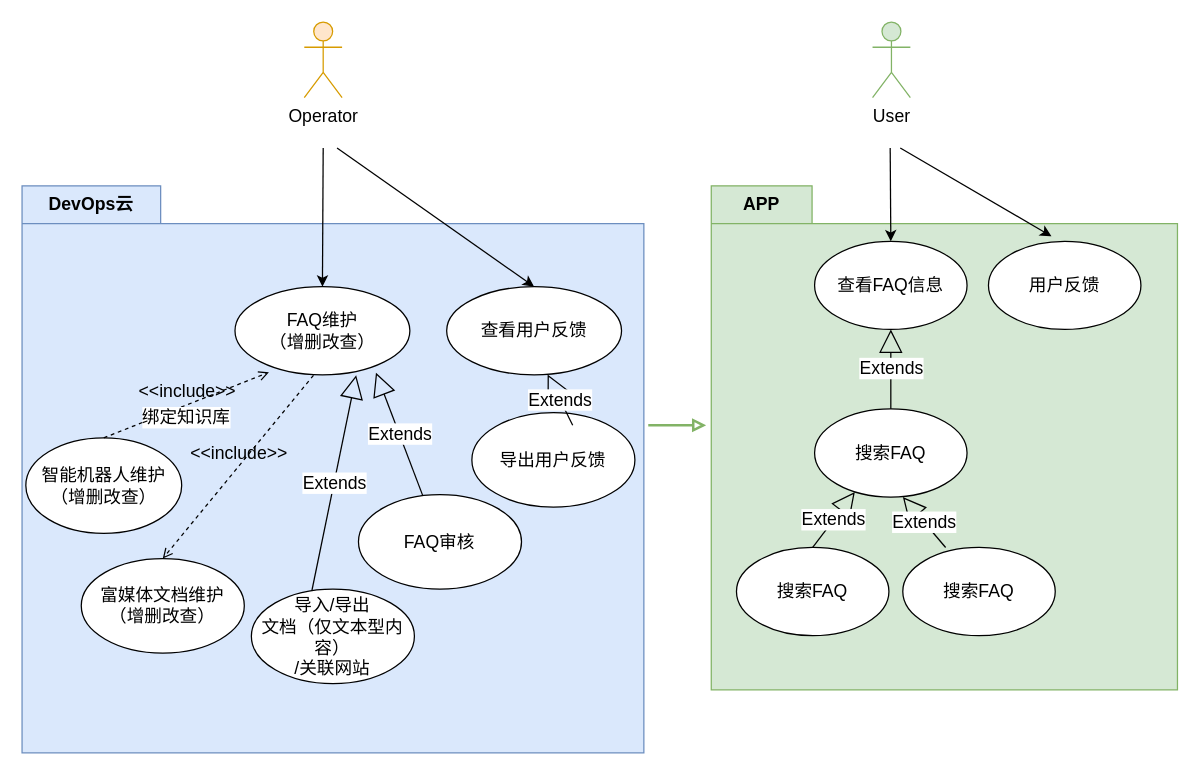
The draw.io diagram 宇视云App之FAQ用例视图.drawio in HuaHero/OnLineFaq, before the edit. Source tidied: cells renumbered, new cells numbered last; positions are measured from the earlier drawing's top-left corner, leaving out a move shared by most shapes. Both pictures are drawn from the tidied source at 126%, with x=0, y=0 at pixel (21, 21).
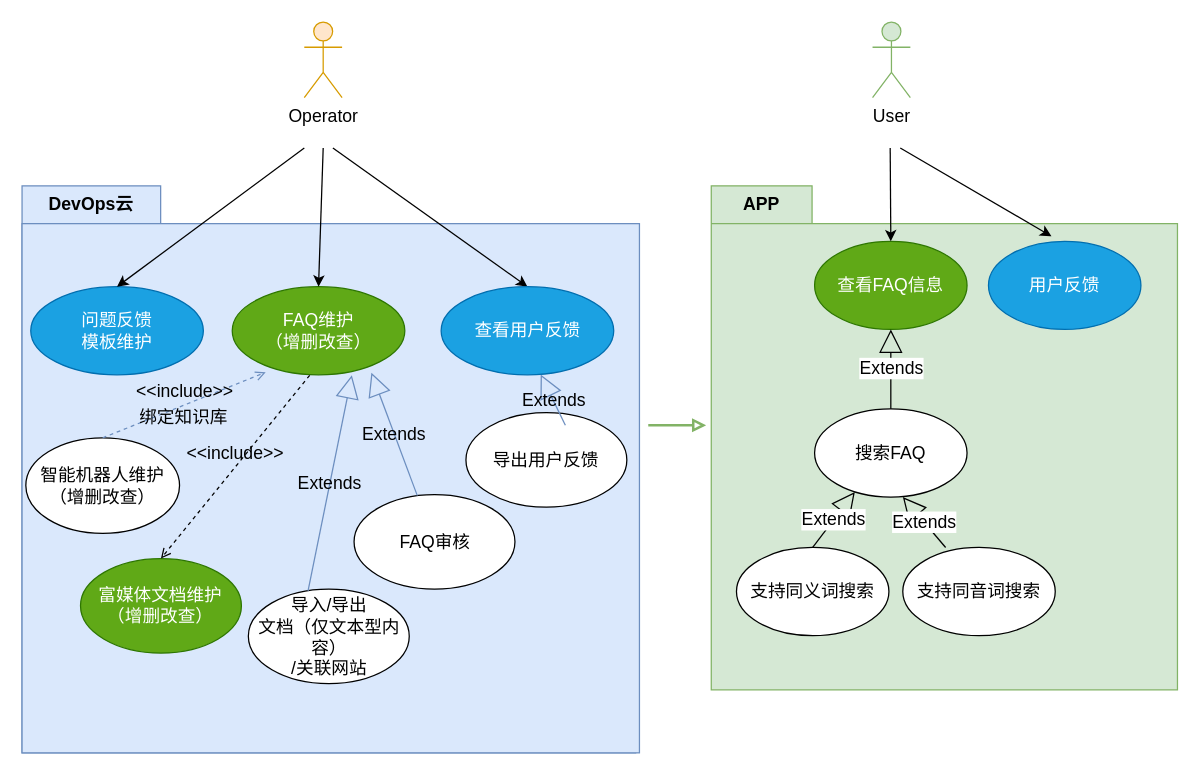
Above is the later version.

Commit message:
更新宇视云App之FAQ用例视图.drawio

Change to the diagram source:
```diff
@@
     <mxCell id="3" value="DevOps云" style="shape=folder;fontStyle=1;tabWidth=110;tabHeight=30;tabPosition=left;html=1;boundedLbl=1;labelInHeader=1;whiteSpace=wrap;fontSize=14;fillColor=#dae8fc;strokeColor=#6c8ebf;" parent="1" vertex="1">
-      <mxGeometry y="130" width="493.5" height="450" as="geometry" />
+      <mxGeometry y="130" width="487" height="450" as="geometry" />
     </mxCell>
-    <mxCell id="4" style="html=1;strokeColor=none;fillColor=none;whiteSpace=wrap;fontSize=14;" parent="3" vertex="1">
-      <mxGeometry width="460" height="315" relative="1" as="geometry">
+    <mxCell id="4" style="html=1;strokeColor=#6c8ebf;fillColor=#dae8fc;whiteSpace=wrap;fontSize=14;" parent="3" vertex="1">
+      <mxGeometry width="490" height="420" relative="1" as="geometry">
         <mxPoint y="30" as="offset" />
       </mxGeometry>
     </mxCell>
     <mxCell id="5" value="智能机器人维护&lt;div style=&quot;font-size: 14px;&quot;&gt;（增删改查）&lt;/div&gt;" style="ellipse;whiteSpace=wrap;html=1;fontSize=14;" parent="3" vertex="1">
-      <mxGeometry x="3" y="200" width="123.7" height="75.8" as="geometry" />
+      <mxGeometry x="3" y="200" width="122" height="75.8" as="geometry" />
     </mxCell>
-    <mxCell id="6" value="FAQ维护&lt;div style=&quot;font-size: 14px;&quot;&gt;（增删改查）&lt;/div&gt;" style="ellipse;whiteSpace=wrap;html=1;fontSize=14;" parent="3" vertex="1">
-      <mxGeometry x="169" y="80" width="138.8" height="70" as="geometry" />
+    <mxCell id="6" value="FAQ维护&lt;div style=&quot;font-size: 14px;&quot;&gt;（增删改查）&lt;/div&gt;" style="ellipse;whiteSpace=wrap;html=1;fontSize=14;fillColor=#60a917;fontColor=#ffffff;strokeColor=#2D7600;" parent="3" vertex="1">
+      <mxGeometry x="166.8" y="80" width="137" height="70" as="geometry" />
     </mxCell>
-    <mxCell id="7" value="&amp;lt;&amp;lt;include&amp;gt;&amp;gt;" style="html=1;verticalAlign=bottom;labelBackgroundColor=none;endArrow=open;endFill=0;dashed=1;rounded=0;exitX=0.5;exitY=0;exitDx=0;exitDy=0;fontSize=14;entryX=0.194;entryY=0.971;entryDx=0;entryDy=0;entryPerimeter=0;" parent="3" edge="1" source="5" target="6">
+    <mxCell id="7" value="&amp;lt;&amp;lt;include&amp;gt;&amp;gt;" style="html=1;verticalAlign=bottom;labelBackgroundColor=none;endArrow=open;endFill=0;dashed=1;rounded=0;exitX=0.5;exitY=0;exitDx=0;exitDy=0;fontSize=14;entryX=0.194;entryY=0.971;entryDx=0;entryDy=0;entryPerimeter=0;fillColor=#dae8fc;strokeColor=#6c8ebf;" parent="3" edge="1" source="5" target="6">
       <mxGeometry relative="1" as="geometry" />
     </mxCell>
-    <mxCell id="8" value="绑定知识库" style="edgeLabel;html=1;align=center;verticalAlign=middle;fontSize=14;" parent="7" vertex="1">
+    <mxCell id="8" value="绑定知识库" style="edgeLabel;html=1;align=center;verticalAlign=middle;fontSize=14;labelBackgroundColor=none;" parent="7" vertex="1">
       <mxGeometry x="0.09" y="-3" relative="1" as="geometry">
         <mxPoint x="-8" y="9" as="offset" />
       </mxGeometry>
     </mxCell>
-    <mxCell id="9" value="富媒体文档维护&lt;div style=&quot;font-size: 14px;&quot;&gt;（增删改查）&lt;/div&gt;" style="ellipse;whiteSpace=wrap;html=1;fontSize=14;" parent="3" vertex="1">
-      <mxGeometry x="47" y="295.8" width="129.4" height="75" as="geometry" />
+    <mxCell id="9" value="富媒体文档维护&lt;div style=&quot;font-size: 14px;&quot;&gt;（增删改查）&lt;/div&gt;" style="ellipse;whiteSpace=wrap;html=1;fontSize=14;fillColor=#60a917;fontColor=#ffffff;strokeColor=#2D7600;" parent="3" vertex="1">
+      <mxGeometry x="46.4" y="295.8" width="127.7" height="75" as="geometry" />
     </mxCell>
     <mxCell id="10" value="导入/导出&lt;div style=&quot;font-size: 14px;&quot;&gt;文档（仅文本型内容）&lt;div style=&quot;font-size: 14px;&quot;&gt;/关联网站&lt;/div&gt;&lt;/div&gt;" style="ellipse;whiteSpace=wrap;html=1;fontSize=14;" parent="3" vertex="1">
-      <mxGeometry x="182" y="320" width="129.4" height="75" as="geometry" />
+      <mxGeometry x="179.6" y="320" width="127.7" height="75" as="geometry" />
     </mxCell>
-    <mxCell id="11" value="Extends" style="endArrow=block;endSize=16;endFill=0;html=1;rounded=0;entryX=0.693;entryY=1.005;entryDx=0;entryDy=0;exitX=0.371;exitY=0.018;exitDx=0;exitDy=0;entryPerimeter=0;exitPerimeter=0;fontSize=14;" parent="3" edge="1" source="10" target="6">
+    <mxCell id="11" value="Extends" style="endArrow=block;endSize=16;endFill=0;html=1;rounded=0;entryX=0.693;entryY=1.005;entryDx=0;entryDy=0;exitX=0.371;exitY=0.018;exitDx=0;exitDy=0;entryPerimeter=0;exitPerimeter=0;fontSize=14;fillColor=#dae8fc;strokeColor=#6c8ebf;labelBackgroundColor=none;" parent="3" edge="1" source="10" target="6">
       <mxGeometry relative="1" as="geometry" />
     </mxCell>
@@
     <mxCell id="13" value="FAQ审核" style="ellipse;whiteSpace=wrap;html=1;fontSize=14;" parent="3" vertex="1">
-      <mxGeometry x="267" y="245" width="129.4" height="75" as="geometry" />
+      <mxGeometry x="263.5" y="245" width="127.7" height="75" as="geometry" />
     </mxCell>
-    <mxCell id="14" value="Extends" style="endArrow=block;endSize=16;endFill=0;html=1;rounded=0;entryX=0.806;entryY=0.975;entryDx=0;entryDy=0;entryPerimeter=0;fontSize=14;" parent="3" edge="1" source="13" target="6">
+    <mxCell id="14" value="Extends" style="endArrow=block;endSize=16;endFill=0;html=1;rounded=0;entryX=0.806;entryY=0.975;entryDx=0;entryDy=0;entryPerimeter=0;fontSize=14;fillColor=#dae8fc;strokeColor=#6c8ebf;labelBackgroundColor=none;labelBorderColor=none;" parent="3" edge="1" source="13" target="6">
       <mxGeometry relative="1" as="geometry" />
     </mxCell>
     <mxCell id="15" style="endArrow=classic;html=1;rounded=0;entryX=0.5;entryY=0;entryDx=0;entryDy=0;fontSize=14;" parent="3" edge="1" target="16">
       <mxGeometry relative="1" as="geometry">
-        <mxPoint x="250" y="-30" as="sourcePoint" />
+        <mxPoint x="246.7" y="-30" as="sourcePoint" />
       </mxGeometry>
     </mxCell>
-    <mxCell id="16" value="查看用户反馈" style="ellipse;whiteSpace=wrap;html=1;fontSize=14;" parent="3" vertex="1">
-      <mxGeometry x="337" y="80" width="138.8" height="70" as="geometry" />
+    <mxCell id="16" value="查看用户反馈" style="ellipse;whiteSpace=wrap;html=1;fontSize=14;fillColor=#1ba1e2;fontColor=#ffffff;strokeColor=#006EAF;" parent="3" vertex="1">
+      <mxGeometry x="332.6" y="80" width="137" height="70" as="geometry" />
     </mxCell>
     <mxCell id="17" value="导出用户反馈" style="ellipse;whiteSpace=wrap;html=1;fontSize=14;" parent="3" vertex="1">
-      <mxGeometry x="357" y="180" width="129.4" height="75" as="geometry" />
+      <mxGeometry x="352.3" y="180" width="127.7" height="75" as="geometry" />
     </mxCell>
-    <mxCell id="18" value="Extends" style="endArrow=block;endSize=16;endFill=0;html=1;rounded=0;entryX=0.806;entryY=0.975;entryDx=0;entryDy=0;entryPerimeter=0;fontSize=14;" parent="3" edge="1">
+    <mxCell id="18" value="Extends" style="endArrow=block;endSize=16;endFill=0;html=1;rounded=0;entryX=0.806;entryY=0.975;entryDx=0;entryDy=0;entryPerimeter=0;fontSize=14;fillColor=#dae8fc;strokeColor=#6c8ebf;labelBackgroundColor=none;" parent="3" edge="1">
       <mxGeometry relative="1" as="geometry">
-        <mxPoint x="437" y="190" as="sourcePoint" />
-        <mxPoint x="417.1" y="149.8" as="targetPoint" />
+        <mxPoint x="431.2" y="190" as="sourcePoint" />
+        <mxPoint x="411.6" y="149.8" as="targetPoint" />
       </mxGeometry>
     </mxCell>
+    <mxCell id="34" value="问题反馈&lt;div&gt;模板维护&lt;/div&gt;" style="ellipse;whiteSpace=wrap;html=1;fontSize=14;fillColor=#1ba1e2;fontColor=#ffffff;strokeColor=#006EAF;" parent="3" vertex="1">
+      <mxGeometry x="6.9" y="80" width="137" height="70" as="geometry" />
+    </mxCell>
+    <mxCell id="35" style="endArrow=classic;html=1;rounded=0;entryX=0.5;entryY=0;entryDx=0;entryDy=0;fontSize=14;" parent="3" edge="1" target="34">
+      <mxGeometry relative="1" as="geometry">
+        <mxPoint x="224" y="-30" as="sourcePoint" />
+      </mxGeometry>
+    </mxCell>
@@
-    <mxCell id="22" value="查看FAQ信息" style="ellipse;whiteSpace=wrap;html=1;fontSize=14;" parent="1" vertex="1">
+    <mxCell id="22" value="查看FAQ信息" style="ellipse;whiteSpace=wrap;html=1;fontSize=14;fillColor=#60a917;fontColor=#ffffff;strokeColor=#2D7600;" parent="1" vertex="1">
       <mxGeometry x="629" y="174" width="121" height="70" as="geometry" />
     </mxCell>
@@
-    <mxCell id="26" value="用户反馈" style="ellipse;whiteSpace=wrap;html=1;fontSize=14;" parent="1" vertex="1">
+    <mxCell id="26" value="用户反馈" style="ellipse;whiteSpace=wrap;html=1;fontSize=14;fillColor=#1ba1e2;fontColor=#ffffff;strokeColor=#006EAF;" parent="1" vertex="1">
       <mxGeometry x="767" y="174" width="121" height="70" as="geometry" />
     </mxCell>
-    <mxCell id="27" value="搜索FAQ" style="ellipse;whiteSpace=wrap;html=1;fontSize=14;" parent="1" vertex="1">
+    <mxCell id="27" value="支持同义词搜索" style="ellipse;whiteSpace=wrap;html=1;fontSize=14;" parent="1" vertex="1">
       <mxGeometry x="567" y="417" width="121" height="70" as="geometry" />
     </mxCell>
-    <mxCell id="28" value="搜索FAQ" style="ellipse;whiteSpace=wrap;html=1;fontSize=14;" parent="1" vertex="1">
+    <mxCell id="28" value="支持同音词搜索" style="ellipse;whiteSpace=wrap;html=1;fontSize=14;" parent="1" vertex="1">
       <mxGeometry x="699" y="417" width="121" height="70" as="geometry" />
     </mxCell>
```
